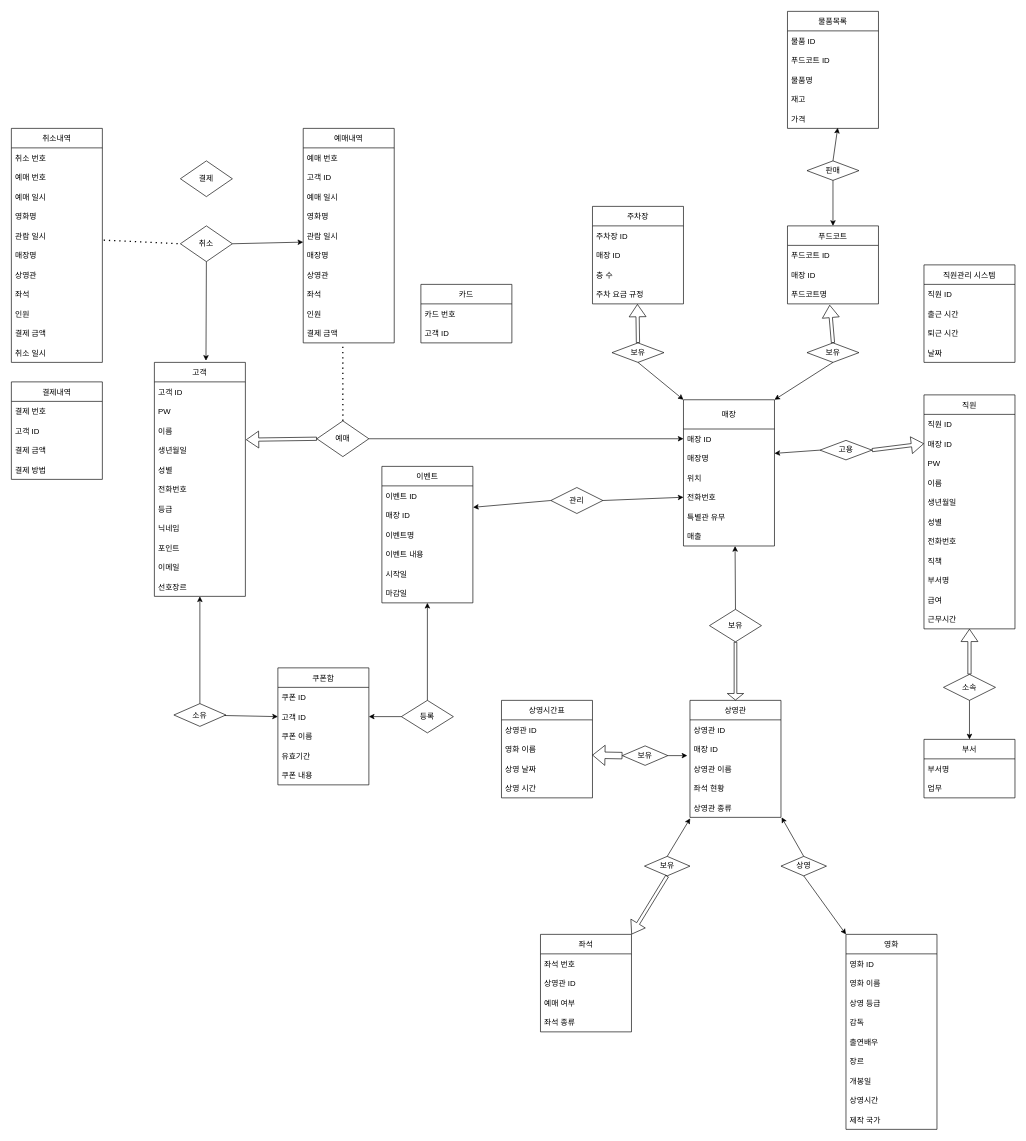
Above: page "E-R" (1 of 2) of 영화관 merged.drawio in chacha0707/db (draw.io), before the change. Source tidied: cells renumbered, new cells numbered last; positions are measured from the earlier drawing's top-left corner, leaving out a move shared by most shapes. Both pictures are drawn from the tidied source at 65%, with x=0, y=0 at pixel (11, 11).
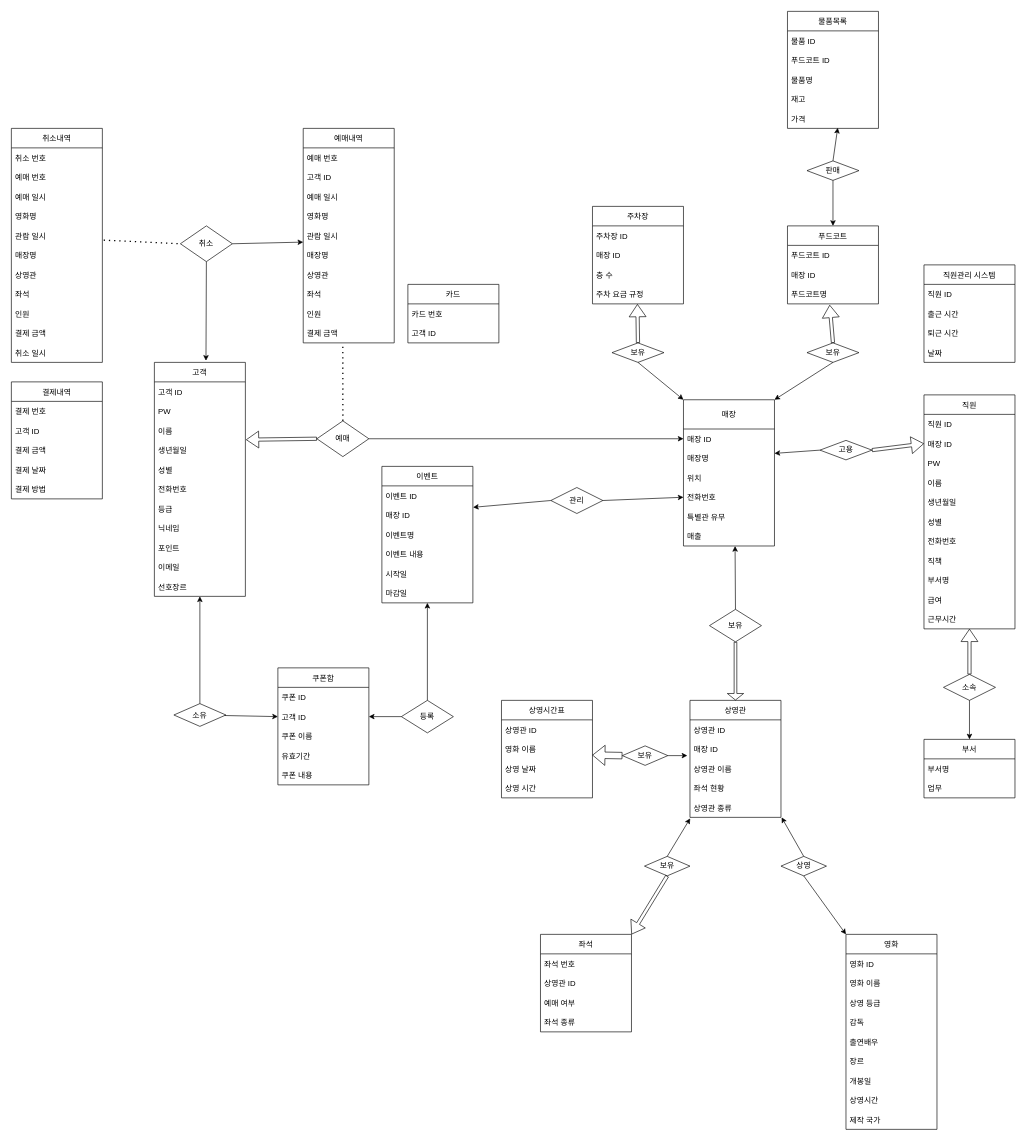
After the change.

Change to the diagram source:
```diff
@@
     <mxCell id="130" value="카드" style="swimlane;fontStyle=0;horizontal=1;startSize=30;" parent="1" vertex="1">
-      <mxGeometry x="630" y="420" width="140" height="90" as="geometry" />
+      <mxGeometry x="610" y="420" width="140" height="90" as="geometry" />
     </mxCell>
@@
-    <mxCell id="164" value="결제" style="shape=rhombus;perimeter=rhombusPerimeter;whiteSpace=wrap;html=1;align=center;" parent="1" vertex="1">
-      <mxGeometry x="260" y="230" width="80" height="55" as="geometry" />
-    </mxCell>
     <mxCell id="165" value="결제내역" style="swimlane;fontStyle=0;horizontal=1;startSize=30;" parent="1" vertex="1">
-      <mxGeometry y="570" width="140" height="150" as="geometry" />
+      <mxGeometry y="570" width="140" height="180" as="geometry" />
     </mxCell>
@@
+    <mxCell id="171" value="결제 날짜" style="text;strokeColor=none;fillColor=none;align=left;verticalAlign=middle;spacingLeft=4;spacingRight=4;overflow=hidden;" parent="165" vertex="1">
+      <mxGeometry y="120" width="140" height="30" as="geometry" />
+    </mxCell>
     <mxCell id="169" value="결제 방법" style="text;strokeColor=none;fillColor=none;align=left;verticalAlign=middle;spacingLeft=4;spacingRight=4;overflow=hidden;" parent="165" vertex="1">
-      <mxGeometry y="120" width="140" height="30" as="geometry" />
+      <mxGeometry y="150" width="140" height="30" as="geometry" />
     </mxCell>
```
